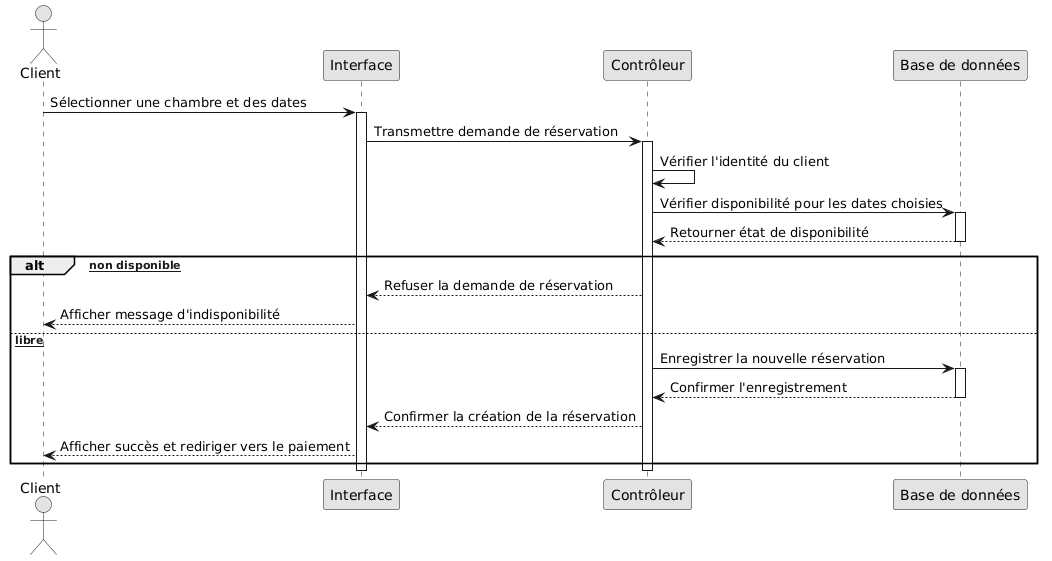
Before: out/docs/uml/07-sequence-search-reservation/07-sequence-search-reservation.png, a diagram exported from PlantUML (malek420122/hotel_project_pfe).
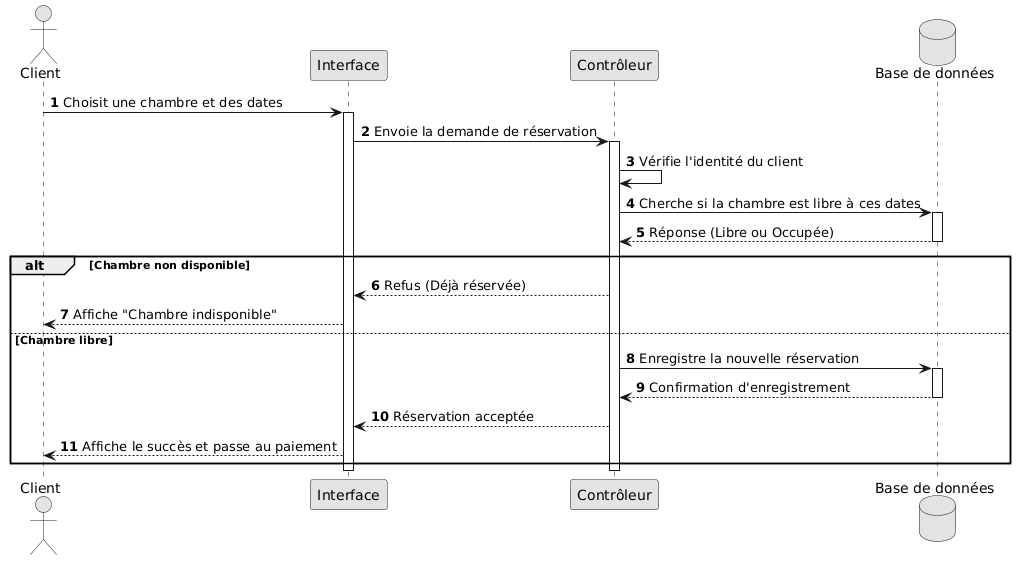
The same file after the commit.

Diff of the diagram source:
```diff
@@ -1,33 +1,34 @@
 @startuml
 skinparam monochrome true
 skinparam shadowing false
+autonumber
 
 actor "Client" as client
 participant "Interface" as vue
 participant "Contrôleur" as api
-participant "Base de données" as db
+database "Base de données" as db
 
-client -> vue : Sélectionner une chambre et des dates
+client -> vue : Choisit une chambre et des dates
 activate vue
-vue -> api : Transmettre demande de réservation
+vue -> api : Envoie la demande de réservation
 activate api
 
-api -> api : Vérifier l'identité du client
-api -> db : Vérifier disponibilité pour les dates choisies
+api -> api : Vérifie l'identité du client
+api -> db : Cherche si la chambre est libre à ces dates
 activate db
-db --> api : Retourner état de disponibilité
+db --> api : Réponse (Libre ou Occupée)
 deactivate db
 
-alt [Chambre non disponible]
-    api --> vue : Refuser la demande de réservation
-    vue --> client : Afficher message d'indisponibilité
-else [Chambre libre]
-    api -> db : Enregistrer la nouvelle réservation
+alt Chambre non disponible
+    api --> vue : Refus (Déjà réservée)
+    vue --> client : Affiche "Chambre indisponible"
+else Chambre libre
+    api -> db : Enregistre la nouvelle réservation
     activate db
-    db --> api : Confirmer l'enregistrement
+    db --> api : Confirmation d'enregistrement
     deactivate db
-    api --> vue : Confirmer la création de la réservation
-    vue --> client : Afficher succès et rediriger vers le paiement
+    api --> vue : Réservation acceptée
+    vue --> client : Affiche le succès et passe au paiement
 end
 deactivate api
 deactivate vue
```
